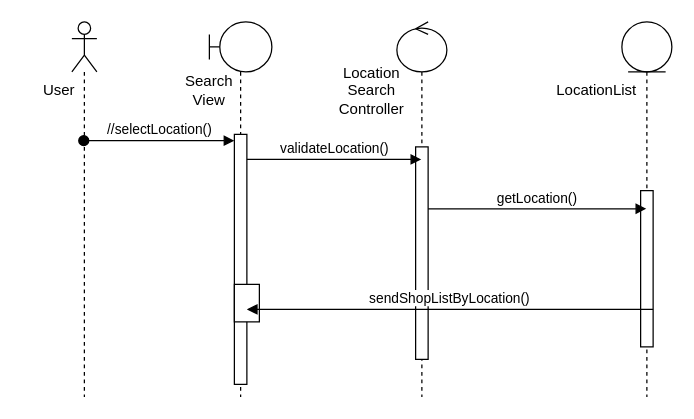
This is page "Analysis" (1 of 4) of Biểu đồ không có tiêu đề.drawio from TrungQuannn/ss2, a draw.io file, before an edit. Source tidied: cells renumbered, new cells numbered last; positions are measured from the earlier drawing's top-left corner, leaving out a move shared by most shapes. Both pictures are drawn from the tidied source at 125%, with x=0, y=0 at pixel (21, 21).
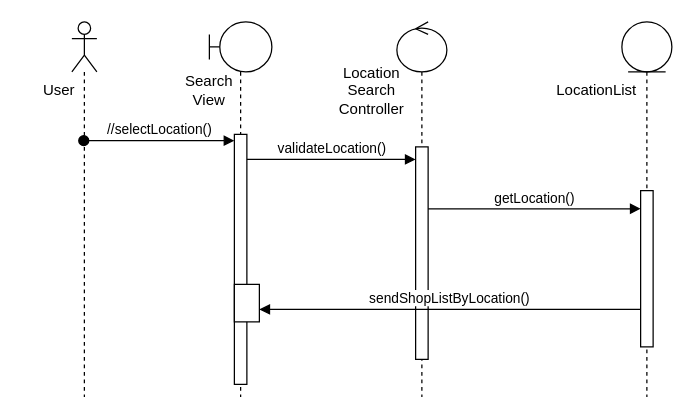
The same diagram, later.

The change refers to these unchanged cells:
```xml
<mxCell id="7" style="html=1;points=[[0,0,0,0,5],[0,1,0,0,-5],[1,0,0,0,5],[1,1,0,0,-5]];perimeter=orthogonalPerimeter;outlineConnect=0;targetShapes=umlLifeline;portConstraint=eastwest;newEdgeStyle={&quot;curved&quot;:0,&quot;rounded&quot;:0};" parent="6" vertex="1">
  <mxGeometry x="15" y="135" width="10" height="125" as="geometry" />
</mxCell>
<mxCell id="8" style="shape=umlLifeline;perimeter=lifelinePerimeter;whiteSpace=wrap;html=1;outlineConnect=0;portConstraint=eastwest;newEdgeStyle={&quot;curved&quot;:0,&quot;rounded&quot;:0};participant=umlControl;" parent="1" vertex="1">
  <mxGeometry x="300" width="40" height="300" as="geometry" />
</mxCell>
<mxCell id="9" style="html=1;points=[[0,0,0,0,5],[0,1,0,0,-5],[1,0,0,0,5],[1,1,0,0,-5]];perimeter=orthogonalPerimeter;outlineConnect=0;targetShapes=umlLifeline;portConstraint=eastwest;newEdgeStyle={&quot;curved&quot;:0,&quot;rounded&quot;:0};" parent="8" vertex="1">
  <mxGeometry x="15" y="100" width="10" height="170" as="geometry" />
</mxCell>
```

Diff of the diagram source:
```diff
@@
-    <mxCell id="15" value="validateLocation()" style="html=1;verticalAlign=bottom;endArrow=block;curved=0;rounded=0;" parent="1" edge="1" target="8">
+    <mxCell id="15" value="validateLocation()" style="html=1;verticalAlign=bottom;endArrow=block;curved=0;rounded=0;" parent="1" edge="1" target="9">
       <mxGeometry relative="1" as="geometry">
         <mxPoint x="180" y="110" as="sourcePoint" />
       </mxGeometry>
     </mxCell>
-    <mxCell id="16" value="getLocation()" style="html=1;verticalAlign=bottom;endArrow=block;curved=0;rounded=0;" parent="1" edge="1">
+    <mxCell id="16" value="getLocation()" style="html=1;verticalAlign=bottom;endArrow=block;curved=0;rounded=0;" parent="1" edge="1" target="7">
       <mxGeometry relative="1" as="geometry">
         <mxPoint x="325" y="149.5" as="sourcePoint" />
-        <mxPoint x="499.5" y="149.5" as="targetPoint" />
       </mxGeometry>
     </mxCell>
-    <mxCell id="17" value="sendShopListByLocation()" style="html=1;verticalAlign=bottom;endArrow=block;curved=0;rounded=0;" parent="1" edge="1">
+    <mxCell id="17" value="sendShopListByLocation()" style="html=1;verticalAlign=bottom;endArrow=block;curved=0;rounded=0;" parent="1" edge="1" source="7">
       <mxGeometry relative="1" as="geometry">
-        <mxPoint x="505" y="230" as="sourcePoint" />
-        <mxPoint x="180" y="230" as="targetPoint" />
+        <mxPoint x="190" y="230" as="targetPoint" />
       </mxGeometry>
     </mxCell>
```
